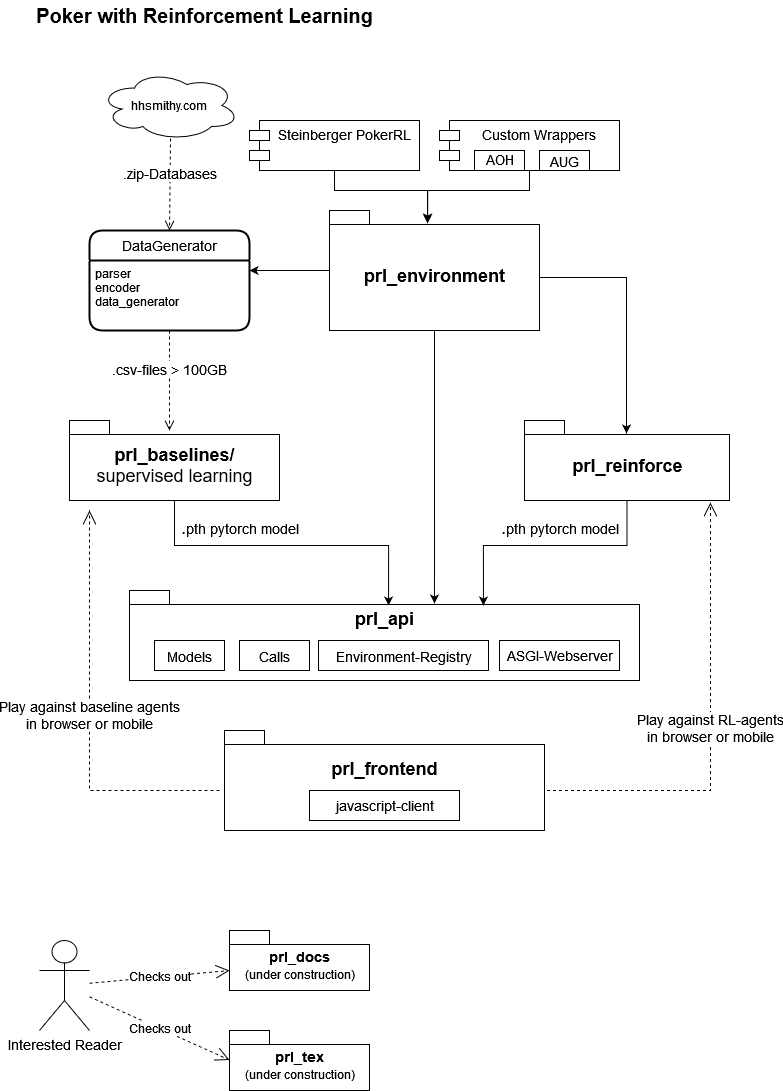
Earlier version of the draw.io export prl.png (hellovertex/prl_docs). Source tidied: cells renumbered, new cells last; positions are measured from the earlier drawing's top-left corner, leaving out a move shared by most shapes.
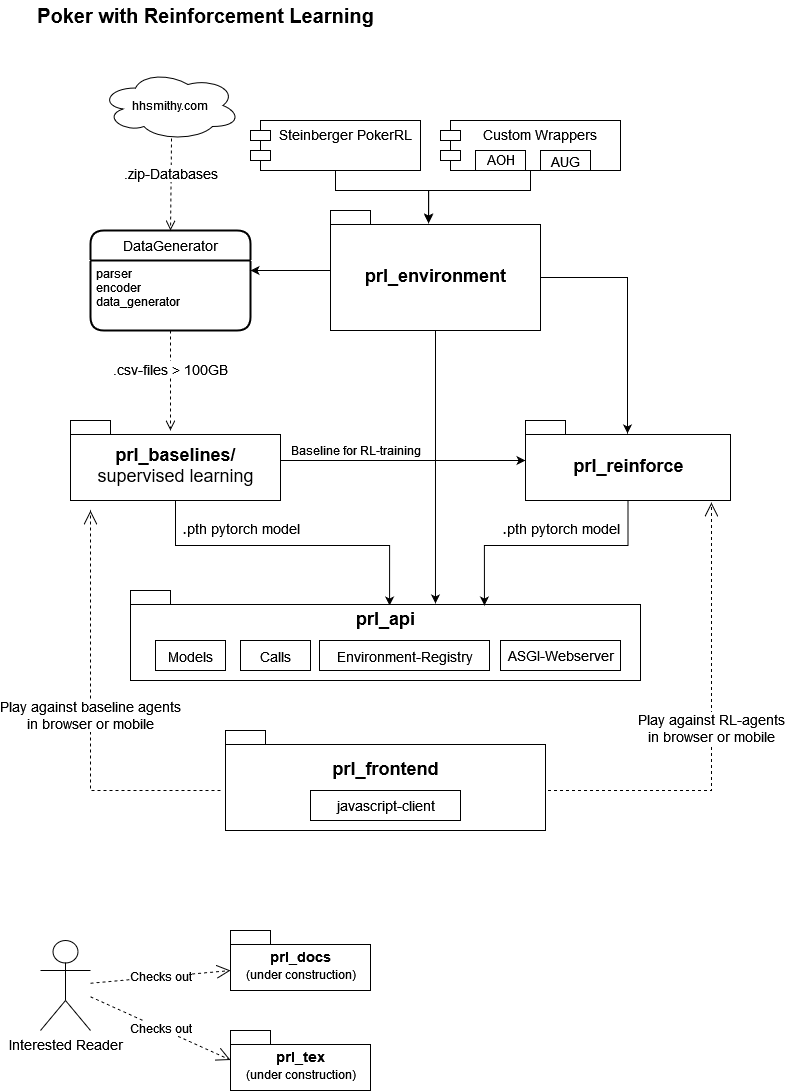
The same file after the commit.

Commit message:
updated arrow from baselines to rl

What changed in the source:
```diff
@@ -22,6 +22,9 @@
     <mxCell id="7" style="edgeStyle=orthogonalEdgeStyle;rounded=0;jettySize=auto;html=1;exitX=0.5;exitY=1;exitDx=0;exitDy=0;exitPerimeter=0;fontSize=14;entryX=0.508;entryY=0.167;entryDx=0;entryDy=0;entryPerimeter=0;" parent="1" edge="1" source="8" target="9">
       <mxGeometry relative="1" as="geometry" />
     </mxCell>
+    <mxCell id="38" style="edgeStyle=orthogonalEdgeStyle;rounded=0;jettySize=auto;html=1;" parent="1" edge="1" source="8" target="24">
+      <mxGeometry relative="1" as="geometry" />
+    </mxCell>
     <mxCell id="8" value="&lt;div&gt;prl_baselines/&lt;/div&gt;&lt;div&gt;&lt;span style=&quot;font-weight: normal;&quot;&gt;supervised learning&lt;/span&gt;&lt;br&gt;&lt;/div&gt;" style="shape=folder;fontStyle=1;spacingTop=10;tabWidth=40;tabHeight=14;tabPosition=left;html=1;fontSize=18;" parent="1" vertex="1">
       <mxGeometry x="40" y="420" width="210" height="80" as="geometry" />
     </mxCell>
@@ -131,5 +134,8 @@
         <mxPoint x="200" y="1059.5" as="targetPoint" />
       </mxGeometry>
     </mxCell>
+    <mxCell id="39" value="Baseline for RL-training" style="text;html=1;align=center;verticalAlign=middle;strokeColor=none;fillColor=none;" parent="1" vertex="1">
+      <mxGeometry x="250" y="440" width="150" height="20" as="geometry" />
+    </mxCell>
   </root>
 </mxGraphModel>
```
